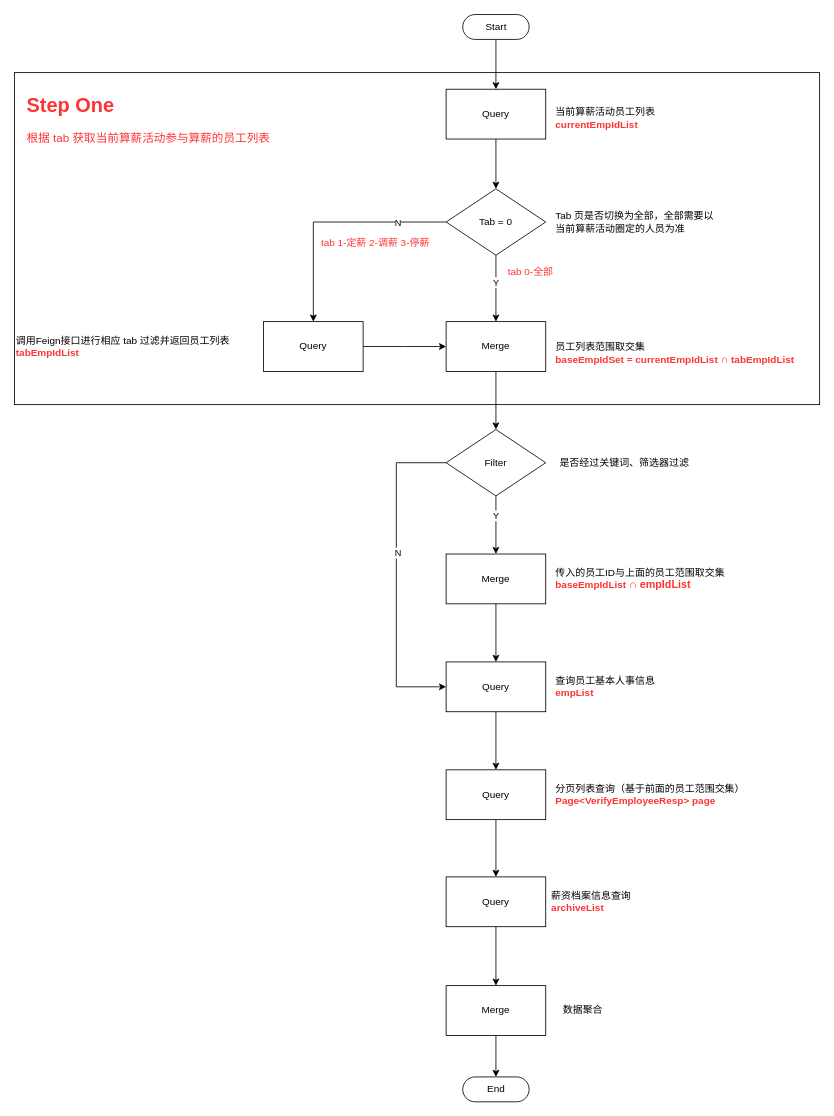
Earlier version of the draw.io diagram 算薪活动-核对人员列表接口实现逻辑.drawio (rexlin600/diagrams). Source tidied: cells renumbered, new cells numbered last; positions are measured from the earlier drawing's top-left corner, leaving out a move shared by most shapes. Both pictures are drawn from the tidied source at 83%, with x=0, y=0 at pixel (14, 14).
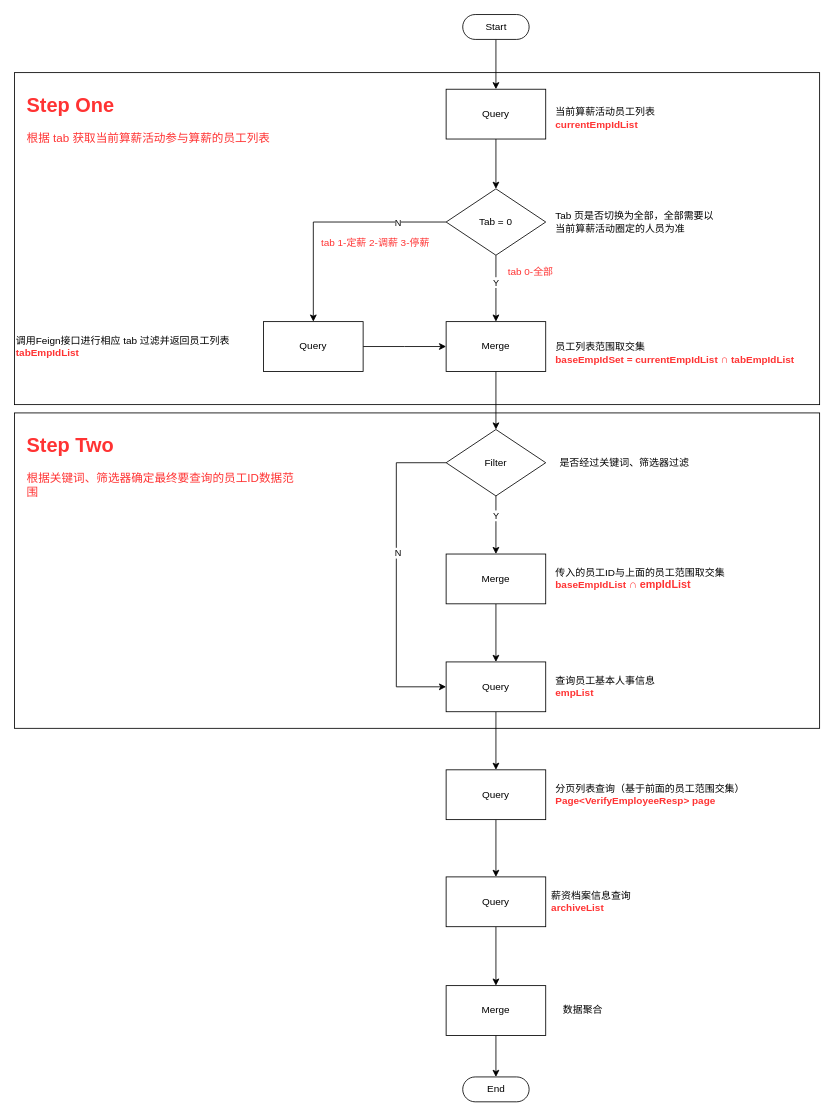
The same page after the edit.

Commit message (it also covers changes not shown here):
Update 算薪活动-核对人员列表接口实现逻辑.drawio

Diff of the diagram source:
```diff
@@
+    <mxCell id="45" style="rounded=0;whiteSpace=wrap;html=1;fontSize=14;fontColor=#FF3333;" parent="1" vertex="1">
+      <mxGeometry y="480" width="970" height="380" as="geometry" />
+    </mxCell>
@@
+    <mxCell id="46" value="&lt;h1&gt;Step Two&lt;/h1&gt;&lt;p&gt;&lt;span style=&quot;font-size: 14px&quot;&gt;根据关键词、筛选器确定最终要查询的员工ID数据范围&lt;/span&gt;&lt;/p&gt;" style="text;html=1;strokeColor=none;fillColor=none;spacing=5;spacingTop=-20;whiteSpace=wrap;overflow=hidden;rounded=0;fontColor=#FF3333;" parent="1" vertex="1">
+      <mxGeometry x="10" y="500" width="330" height="90" as="geometry" />
+    </mxCell>
```
